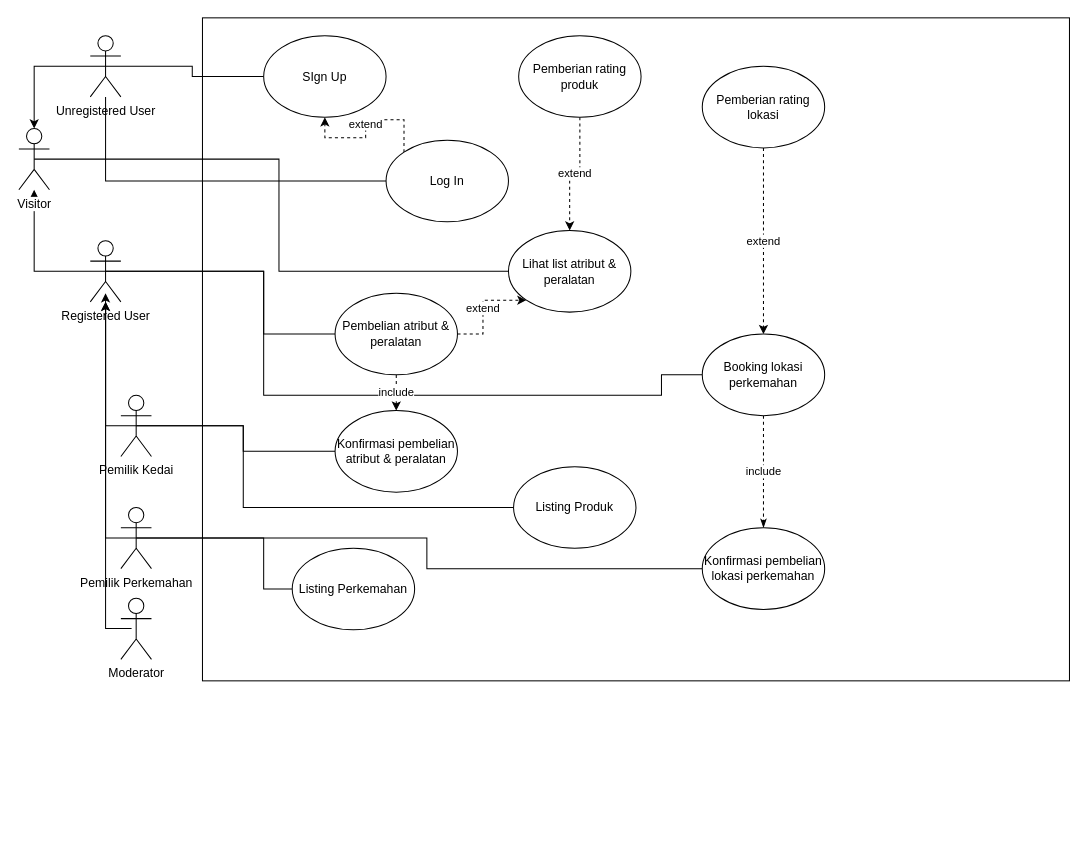
Before: UseCase Diagram.drawio in Romeless/RPL_DrawIO, a draw.io diagram. Source tidied: cells renumbered, new cells numbered last; positions are measured from the earlier drawing's top-left corner, leaving out a move shared by most shapes. Both pictures are drawn from the tidied source at 102%, with x=0, y=0 at pixel (18, 17).
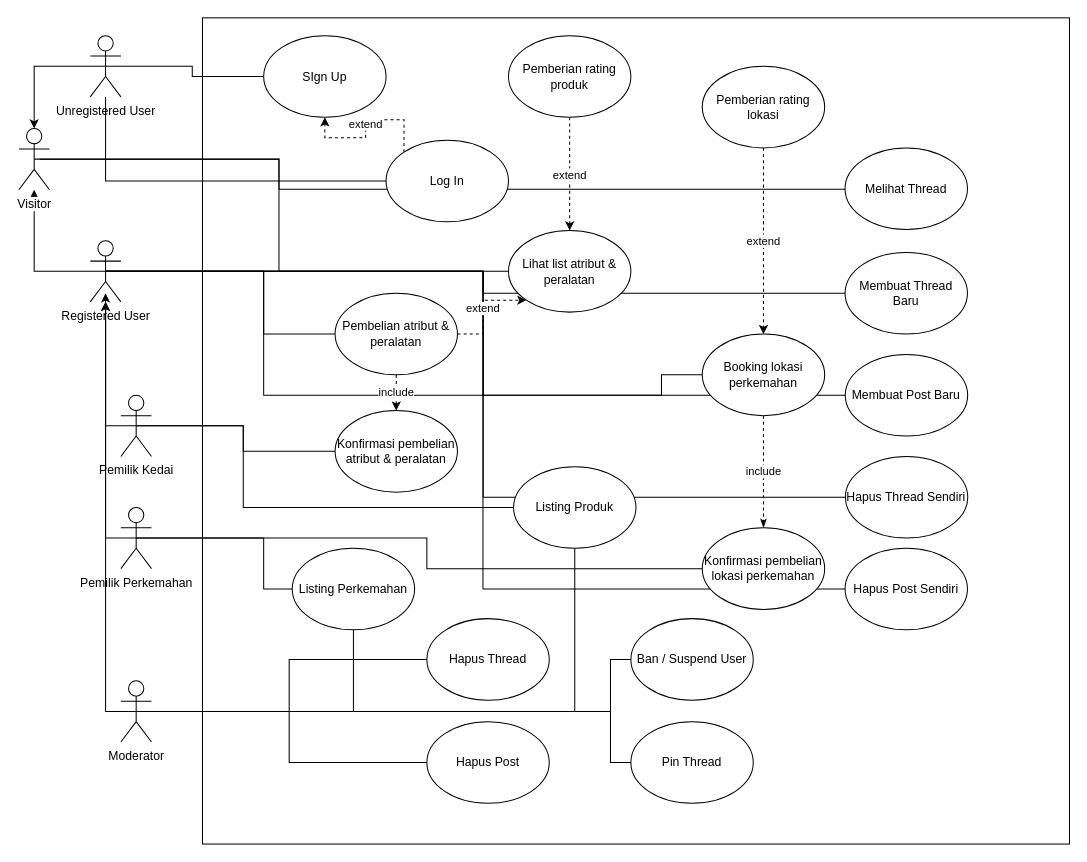
After the change.

Unchanged cells that the change refers to:
```xml
<mxCell id="7" value="Registered User" style="shape=umlActor;verticalLabelPosition=bottom;labelBackgroundColor=#ffffff;verticalAlign=top;html=1;outlineConnect=0;" parent="1" vertex="1">
  <mxGeometry x="70" y="218.5" width="30" height="60" as="geometry" />
</mxCell>
<mxCell id="37" value="Listing Produk " style="ellipse;whiteSpace=wrap;html=1;" parent="1" vertex="1">
  <mxGeometry x="485" y="440" width="120" height="80" as="geometry" />
</mxCell>
<mxCell id="39" value="Listing Perkemahan" style="ellipse;whiteSpace=wrap;html=1;" parent="1" vertex="1">
  <mxGeometry x="268" y="520" width="120" height="80" as="geometry" />
</mxCell>
```

What changed in the source:
```diff
@@
     <mxCell id="2" style="rounded=0;whiteSpace=wrap;html=1;" parent="1" vertex="1">
-      <mxGeometry x="180" width="850" height="650" as="geometry" />
+      <mxGeometry x="180" width="850" height="810" as="geometry" />
     </mxCell>
@@
+    <mxCell id="40" style="edgeStyle=orthogonalEdgeStyle;rounded=0;jettySize=auto;html=1;exitX=0.5;exitY=0.5;exitDx=0;exitDy=0;exitPerimeter=0;endArrow=none;endFill=0;" parent="1" edge="1" target="51">
+      <mxGeometry relative="1" as="geometry">
+        <mxPoint x="20.5" y="138.6" as="sourcePoint" />
+        <Array as="points">
+          <mxPoint x="255" y="139" />
+          <mxPoint x="255" y="168" />
+        </Array>
+      </mxGeometry>
+    </mxCell>
@@
+    <mxCell id="41" style="edgeStyle=orthogonalEdgeStyle;rounded=0;jettySize=auto;html=1;exitX=0.5;exitY=0.5;exitDx=0;exitDy=0;exitPerimeter=0;endArrow=none;endFill=0;" parent="1" edge="1" source="7" target="52">
+      <mxGeometry relative="1" as="geometry" />
+    </mxCell>
+    <mxCell id="42" style="edgeStyle=orthogonalEdgeStyle;rounded=0;jettySize=auto;html=1;exitX=0.5;exitY=0.5;exitDx=0;exitDy=0;exitPerimeter=0;entryX=0;entryY=0.5;entryDx=0;entryDy=0;endArrow=none;endFill=0;" parent="1" edge="1" source="7" target="53">
+      <mxGeometry relative="1" as="geometry" />
+    </mxCell>
+    <mxCell id="43" style="edgeStyle=orthogonalEdgeStyle;rounded=0;jettySize=auto;html=1;exitX=0.5;exitY=0.5;exitDx=0;exitDy=0;exitPerimeter=0;entryX=0;entryY=0.5;entryDx=0;entryDy=0;endArrow=none;endFill=0;" parent="1" edge="1" source="7" target="54">
+      <mxGeometry relative="1" as="geometry" />
+    </mxCell>
+    <mxCell id="44" style="edgeStyle=orthogonalEdgeStyle;rounded=0;jettySize=auto;html=1;exitX=0.5;exitY=0.5;exitDx=0;exitDy=0;exitPerimeter=0;entryX=0;entryY=0.5;entryDx=0;entryDy=0;endArrow=none;endFill=0;" parent="1" edge="1" source="7" target="55">
+      <mxGeometry relative="1" as="geometry" />
+    </mxCell>
@@
     <mxCell id="22" value="Pemberian rating produk" style="ellipse;whiteSpace=wrap;html=1;" parent="1" vertex="1">
-      <mxGeometry x="490" y="17.5" width="120" height="80" as="geometry" />
+      <mxGeometry x="480" y="17.5" width="120" height="80" as="geometry" />
     </mxCell>
@@
-    <mxCell id="26" style="edgeStyle=orthogonalEdgeStyle;rounded=0;orthogonalLoop=1;jettySize=auto;html=1;exitX=0.5;exitY=0.5;exitDx=0;exitDy=0;exitPerimeter=0;endArrow=classic;endFill=1;" parent="1" edge="1">
+    <mxCell id="26" style="edgeStyle=orthogonalEdgeStyle;rounded=0;jettySize=auto;html=1;exitX=0.5;exitY=0.5;exitDx=0;exitDy=0;exitPerimeter=0;endArrow=classic;endFill=1;" parent="1" edge="1" source="27">
       <mxGeometry relative="1" as="geometry">
-        <mxPoint x="110.5" y="598.6" as="sourcePoint" />
         <mxPoint x="85" y="270" as="targetPoint" />
         <Array as="points">
-          <mxPoint x="85" y="599" />
+          <mxPoint x="85" y="680" />
         </Array>
       </mxGeometry>
     </mxCell>
+    <mxCell id="45" style="edgeStyle=orthogonalEdgeStyle;rounded=0;jettySize=auto;html=1;exitX=0.5;exitY=0.5;exitDx=0;exitDy=0;exitPerimeter=0;endArrow=none;endFill=0;" parent="1" edge="1" source="27" target="39">
+      <mxGeometry relative="1" as="geometry" />
+    </mxCell>
+    <mxCell id="46" style="edgeStyle=orthogonalEdgeStyle;rounded=0;jettySize=auto;html=1;exitX=0.5;exitY=0.5;exitDx=0;exitDy=0;exitPerimeter=0;entryX=0.5;entryY=1;entryDx=0;entryDy=0;endArrow=none;endFill=0;" parent="1" edge="1" source="27" target="37">
+      <mxGeometry relative="1" as="geometry" />
+    </mxCell>
+    <mxCell id="47" style="edgeStyle=orthogonalEdgeStyle;rounded=0;jettySize=auto;html=1;exitX=0.5;exitY=0.5;exitDx=0;exitDy=0;exitPerimeter=0;endArrow=none;endFill=0;" parent="1" edge="1" source="27" target="56">
+      <mxGeometry relative="1" as="geometry" />
+    </mxCell>
+    <mxCell id="48" style="edgeStyle=orthogonalEdgeStyle;rounded=0;jettySize=auto;html=1;exitX=0.5;exitY=0.5;exitDx=0;exitDy=0;exitPerimeter=0;endArrow=none;endFill=0;" parent="1" edge="1" source="27" target="57">
+      <mxGeometry relative="1" as="geometry" />
+    </mxCell>
+    <mxCell id="49" style="edgeStyle=orthogonalEdgeStyle;rounded=0;jettySize=auto;html=1;exitX=0.5;exitY=0.5;exitDx=0;exitDy=0;exitPerimeter=0;endArrow=none;endFill=0;" parent="1" edge="1" source="27" target="58">
+      <mxGeometry relative="1" as="geometry">
+        <Array as="points">
+          <mxPoint x="580" y="680" />
+          <mxPoint x="580" y="629" />
+        </Array>
+      </mxGeometry>
+    </mxCell>
+    <mxCell id="50" style="edgeStyle=orthogonalEdgeStyle;rounded=0;jettySize=auto;html=1;exitX=0.5;exitY=0.5;exitDx=0;exitDy=0;exitPerimeter=0;entryX=0;entryY=0.5;entryDx=0;entryDy=0;endArrow=none;endFill=0;" parent="1" edge="1" source="27" target="59">
+      <mxGeometry relative="1" as="geometry">
+        <Array as="points">
+          <mxPoint x="580" y="680" />
+          <mxPoint x="580" y="730" />
+        </Array>
+      </mxGeometry>
+    </mxCell>
     <mxCell id="27" value="Moderator" style="shape=umlActor;verticalLabelPosition=bottom;labelBackgroundColor=#ffffff;verticalAlign=top;html=1;outlineConnect=0;" parent="1" vertex="1">
-      <mxGeometry x="100" y="569" width="30" height="60" as="geometry" />
+      <mxGeometry x="100" y="650" width="30" height="60" as="geometry" />
     </mxCell>
@@
+    <mxCell id="51" value="Melihat Thread" style="ellipse;whiteSpace=wrap;html=1;" parent="1" vertex="1">
+      <mxGeometry x="810" y="127.5" width="120" height="80" as="geometry" />
+    </mxCell>
+    <mxCell id="52" value="Membuat Thread Baru" style="ellipse;whiteSpace=wrap;html=1;" parent="1" vertex="1">
+      <mxGeometry x="810" y="230" width="120" height="80" as="geometry" />
+    </mxCell>
+    <mxCell id="53" value="Membuat Post Baru" style="ellipse;whiteSpace=wrap;html=1;" parent="1" vertex="1">
+      <mxGeometry x="810.2" y="330" width="120" height="80" as="geometry" />
+    </mxCell>
+    <mxCell id="54" value="Hapus Thread Sendiri" style="ellipse;whiteSpace=wrap;html=1;" parent="1" vertex="1">
+      <mxGeometry x="810.3" y="430" width="120" height="80" as="geometry" />
+    </mxCell>
+    <mxCell id="55" value="Hapus Post Sendiri" style="ellipse;whiteSpace=wrap;html=1;" parent="1" vertex="1">
+      <mxGeometry x="810" y="520" width="120" height="80" as="geometry" />
+    </mxCell>
+    <mxCell id="56" value="Hapus Thread" style="ellipse;whiteSpace=wrap;html=1;" parent="1" vertex="1">
+      <mxGeometry x="400" y="589" width="120" height="80" as="geometry" />
+    </mxCell>
+    <mxCell id="57" value="Hapus Post" style="ellipse;whiteSpace=wrap;html=1;" parent="1" vertex="1">
+      <mxGeometry x="400" y="690" width="120" height="80" as="geometry" />
+    </mxCell>
+    <mxCell id="58" value="Ban / Suspend User" style="ellipse;whiteSpace=wrap;html=1;" parent="1" vertex="1">
+      <mxGeometry x="600" y="589" width="120" height="80" as="geometry" />
+    </mxCell>
+    <mxCell id="59" value="Pin Thread" style="ellipse;whiteSpace=wrap;html=1;" parent="1" vertex="1">
+      <mxGeometry x="600" y="690" width="120" height="80" as="geometry" />
+    </mxCell>
```
